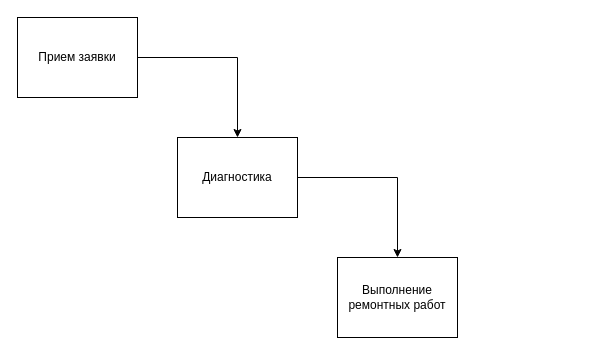
The draw.io diagram диа2.drawio in plkkz/ppo-3k-lb, before the edit. Source tidied: cells renumbered, new cells numbered last; positions are measured from the earlier drawing's top-left corner, leaving out a move shared by most shapes. Both pictures are drawn from the tidied source at 100%, with x=0, y=0 at pixel (17, 17).
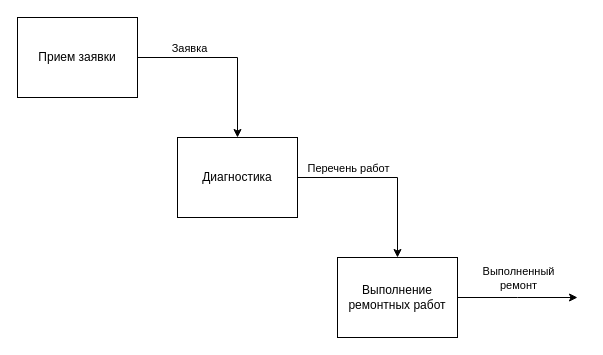
After the change.

Change to the diagram source:
```diff
@@
 <mxGraphModel>
   <root>
     <mxCell id="0" />
     <mxCell id="1" parent="0" />
     <mxCell id="2" style="edgeStyle=orthogonalEdgeStyle;rounded=0;jettySize=auto;html=1;exitX=1;exitY=0.5;exitDx=0;exitDy=0;entryX=0.5;entryY=0;entryDx=0;entryDy=0;" parent="1" edge="1" source="3" target="5">
       <mxGeometry relative="1" as="geometry" />
     </mxCell>
+    <mxCell id="7" value="Заявка" style="edgeLabel;html=1;align=center;verticalAlign=middle;" parent="2" vertex="1">
+      <mxGeometry x="-0.43" y="-1" relative="1" as="geometry">
+        <mxPoint y="-11" as="offset" />
+      </mxGeometry>
+    </mxCell>
     <mxCell id="3" value="Прием заявки" style="rounded=0;whiteSpace=wrap;html=1;" parent="1" vertex="1">
       <mxGeometry width="120" height="80" as="geometry" />
     </mxCell>
     <mxCell id="4" style="edgeStyle=orthogonalEdgeStyle;rounded=0;jettySize=auto;html=1;exitX=1;exitY=0.5;exitDx=0;exitDy=0;entryX=0.5;entryY=0;entryDx=0;entryDy=0;" parent="1" edge="1" source="5" target="6">
       <mxGeometry relative="1" as="geometry" />
     </mxCell>
+    <mxCell id="8" value="Перечень работ" style="edgeLabel;html=1;align=center;verticalAlign=middle;" parent="4" vertex="1">
+      <mxGeometry x="-0.64" y="2" relative="1" as="geometry">
+        <mxPoint x="18" y="-8" as="offset" />
+      </mxGeometry>
+    </mxCell>
     <mxCell id="5" value="Диагностика" style="rounded=0;whiteSpace=wrap;html=1;" parent="1" vertex="1">
       <mxGeometry x="160" y="120" width="120" height="80" as="geometry" />
     </mxCell>
+    <mxCell id="9" style="edgeStyle=orthogonalEdgeStyle;rounded=0;jettySize=auto;html=1;exitX=1;exitY=0.5;exitDx=0;exitDy=0;" parent="1" edge="1" source="6">
+      <mxGeometry relative="1" as="geometry">
+        <mxPoint x="560" y="280" as="targetPoint" />
+      </mxGeometry>
+    </mxCell>
+    <mxCell id="10" value="Выполненный &lt;br&gt;ремонт" style="edgeLabel;html=1;align=center;verticalAlign=middle;" parent="9" vertex="1">
+      <mxGeometry x="0.17" y="2" relative="1" as="geometry">
+        <mxPoint x="-9" y="-18" as="offset" />
+      </mxGeometry>
+    </mxCell>
     <mxCell id="6" value="Выполнение ремонтных работ" style="rounded=0;whiteSpace=wrap;html=1;" parent="1" vertex="1">
       <mxGeometry x="320" y="240" width="120" height="80" as="geometry" />
     </mxCell>
   </root>
 </mxGraphModel>
```
